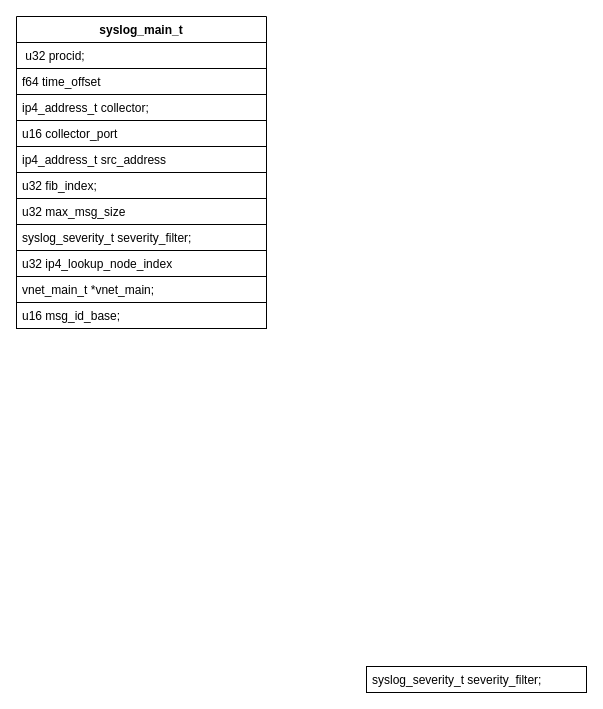
This is new_map/syslog.drawio from jin13417/dpdk-vpp-learning, a draw.io file, before an edit. Source tidied: cells renumbered, new cells numbered last; positions are measured from the earlier drawing's top-left corner, leaving out a move shared by most shapes. Both pictures are drawn from the tidied source at 100%, with x=0, y=0 at pixel (16, 16).
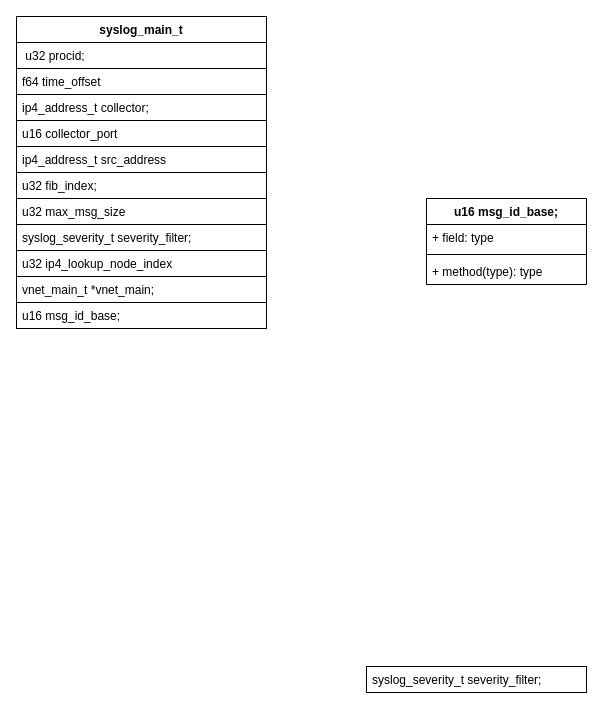
Above is the later version.

What changed in the source:
```diff
@@
 <mxGraphModel>
   <root>
     <mxCell id="0" />
     <mxCell id="1" parent="0" />
     <mxCell id="2" value="syslog_main_t" style="swimlane;fontStyle=1;align=center;verticalAlign=top;horizontal=1;startSize=26;strokeColor=default;" parent="1" vertex="1">
       <mxGeometry width="250" height="312" as="geometry" />
     </mxCell>
     <mxCell id="3" value=" u32 procid;" style="text;strokeColor=default;fillColor=none;align=left;verticalAlign=top;spacingLeft=4;spacingRight=4;overflow=hidden;" parent="2" vertex="1">
       <mxGeometry y="26" width="250" height="26" as="geometry" />
     </mxCell>
     <mxCell id="4" value="f64 time_offset" style="text;strokeColor=default;fillColor=none;align=left;verticalAlign=top;spacingLeft=4;spacingRight=4;overflow=hidden;" parent="2" vertex="1">
       <mxGeometry y="52" width="250" height="26" as="geometry" />
     </mxCell>
     <mxCell id="5" value="ip4_address_t collector;" style="text;strokeColor=default;fillColor=none;align=left;verticalAlign=top;spacingLeft=4;spacingRight=4;overflow=hidden;" parent="2" vertex="1">
       <mxGeometry y="78" width="250" height="26" as="geometry" />
     </mxCell>
     <mxCell id="6" value="u16 collector_port" style="text;strokeColor=default;fillColor=none;align=left;verticalAlign=top;spacingLeft=4;spacingRight=4;overflow=hidden;" parent="2" vertex="1">
       <mxGeometry y="104" width="250" height="26" as="geometry" />
     </mxCell>
     <mxCell id="7" value="ip4_address_t src_address" style="text;strokeColor=default;fillColor=none;align=left;verticalAlign=top;spacingLeft=4;spacingRight=4;overflow=hidden;" parent="2" vertex="1">
       <mxGeometry y="130" width="250" height="26" as="geometry" />
     </mxCell>
     <mxCell id="8" value="u32 fib_index;" style="text;strokeColor=default;fillColor=none;align=left;verticalAlign=top;spacingLeft=4;spacingRight=4;overflow=hidden;" parent="2" vertex="1">
       <mxGeometry y="156" width="250" height="26" as="geometry" />
     </mxCell>
     <mxCell id="9" value="u32 max_msg_size" style="text;strokeColor=default;fillColor=none;align=left;verticalAlign=top;spacingLeft=4;spacingRight=4;overflow=hidden;" parent="2" vertex="1">
       <mxGeometry y="182" width="250" height="26" as="geometry" />
     </mxCell>
     <mxCell id="10" value="syslog_severity_t severity_filter;" style="text;strokeColor=default;fillColor=none;align=left;verticalAlign=top;spacingLeft=4;spacingRight=4;overflow=hidden;" parent="2" vertex="1">
       <mxGeometry y="208" width="250" height="26" as="geometry" />
     </mxCell>
     <mxCell id="11" value="u32 ip4_lookup_node_index" style="text;strokeColor=default;fillColor=none;align=left;verticalAlign=top;spacingLeft=4;spacingRight=4;overflow=hidden;" parent="2" vertex="1">
       <mxGeometry y="234" width="250" height="26" as="geometry" />
     </mxCell>
     <mxCell id="12" value="vnet_main_t *vnet_main;" style="text;strokeColor=default;fillColor=none;align=left;verticalAlign=top;spacingLeft=4;spacingRight=4;overflow=hidden;" parent="2" vertex="1">
       <mxGeometry y="260" width="250" height="26" as="geometry" />
     </mxCell>
     <mxCell id="13" value="u16 msg_id_base;" style="text;strokeColor=default;fillColor=none;align=left;verticalAlign=top;spacingLeft=4;spacingRight=4;overflow=hidden;" parent="2" vertex="1">
       <mxGeometry y="286" width="250" height="26" as="geometry" />
     </mxCell>
     <mxCell id="14" value="syslog_severity_t severity_filter;" style="text;strokeColor=default;fillColor=none;align=left;verticalAlign=top;spacingLeft=4;spacingRight=4;overflow=hidden;" parent="1" vertex="1">
       <mxGeometry x="350" y="650" width="220" height="26" as="geometry" />
     </mxCell>
+    <mxCell id="15" value="u16 msg_id_base;" style="swimlane;fontStyle=1;align=center;verticalAlign=top;horizontal=1;startSize=26;strokeColor=default;" parent="1" vertex="1">
+      <mxGeometry x="410" y="182" width="160" height="86" as="geometry" />
+    </mxCell>
+    <mxCell id="16" value="+ field: type" style="text;strokeColor=none;fillColor=none;align=left;verticalAlign=top;spacingLeft=4;spacingRight=4;overflow=hidden;" parent="15" vertex="1">
+      <mxGeometry y="26" width="160" height="26" as="geometry" />
+    </mxCell>
+    <mxCell id="17" style="line;strokeWidth=1;fillColor=none;align=left;verticalAlign=middle;spacingTop=-1;spacingLeft=3;spacingRight=3;labelPosition=right;strokeColor=inherit;" parent="15" vertex="1">
+      <mxGeometry y="52" width="160" height="8" as="geometry" />
+    </mxCell>
+    <mxCell id="18" value="+ method(type): type" style="text;strokeColor=none;fillColor=none;align=left;verticalAlign=top;spacingLeft=4;spacingRight=4;overflow=hidden;" parent="15" vertex="1">
+      <mxGeometry y="60" width="160" height="26" as="geometry" />
+    </mxCell>
   </root>
 </mxGraphModel>
```
